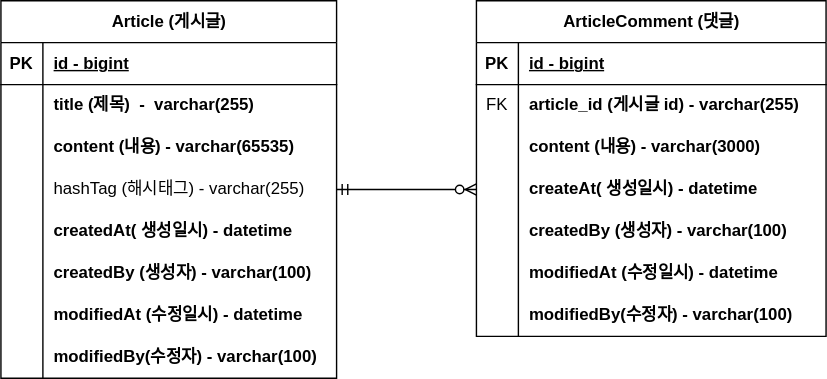
Jangsiwon98/project-board keeps this draw.io diagram as document/project-board-erd.svg. Above is the earlier version. Source tidied: cells renumbered, new cells last; positions are measured from the earlier drawing's top-left corner, leaving out a move shared by most shapes.
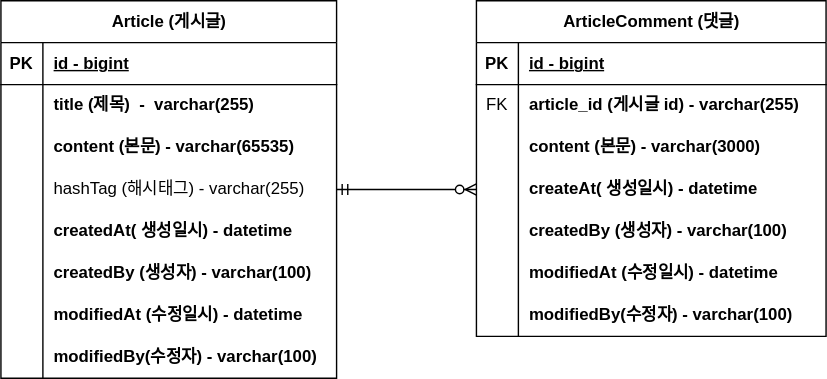
Above is the later version.

Commit message:
#8 ERD 주석 업데이트 project-board-erd.svg 업데이트

Change to the diagram source:
```diff
@@ -29,7 +29,7 @@
     <mxCell id="10" style="shape=partialRectangle;fillColor=none;top=0;left=0;bottom=0;right=0;overflow=hidden;whiteSpace=wrap;html=1;" parent="9" vertex="1">
       <mxGeometry width="30" height="30" as="geometry" />
     </mxCell>
-    <mxCell id="11" value="content (내용) - varchar(65535)" style="shape=partialRectangle;fillColor=none;top=0;left=0;bottom=0;right=0;align=left;spacingLeft=6;overflow=hidden;whiteSpace=wrap;html=1;fontStyle=1;" parent="9" vertex="1">
+    <mxCell id="11" value="content (본문) - varchar(65535)" style="shape=partialRectangle;fillColor=none;top=0;left=0;bottom=0;right=0;align=left;spacingLeft=6;overflow=hidden;whiteSpace=wrap;html=1;fontStyle=1;" parent="9" vertex="1">
       <mxGeometry x="30" width="210" height="30" as="geometry" />
     </mxCell>
     <mxCell id="12" style="shape=tableRow;horizontal=0;startSize=0;swimlaneHead=0;swimlaneBody=0;fillColor=none;points=[[0,0.5],[1,0.5]];portConstraint=eastwest;top=0;left=0;right=0;bottom=0;" parent="2" vertex="1">
@@ -104,7 +104,7 @@
     <mxCell id="35" style="shape=partialRectangle;fillColor=none;top=0;left=0;bottom=0;right=0;overflow=hidden;whiteSpace=wrap;html=1;" parent="34" vertex="1">
       <mxGeometry width="30" height="30" as="geometry" />
     </mxCell>
-    <mxCell id="36" value="content (내용) - varchar(3000)" style="shape=partialRectangle;fillColor=none;top=0;left=0;bottom=0;right=0;align=left;spacingLeft=6;overflow=hidden;whiteSpace=wrap;html=1;fontStyle=1;" parent="34" vertex="1">
+    <mxCell id="36" value="content (본문) - varchar(3000)" style="shape=partialRectangle;fillColor=none;top=0;left=0;bottom=0;right=0;align=left;spacingLeft=6;overflow=hidden;whiteSpace=wrap;html=1;fontStyle=1;" parent="34" vertex="1">
       <mxGeometry x="30" width="220" height="30" as="geometry" />
     </mxCell>
     <mxCell id="37" style="shape=tableRow;horizontal=0;startSize=0;swimlaneHead=0;swimlaneBody=0;fillColor=none;points=[[0,0.5],[1,0.5]];portConstraint=eastwest;top=0;left=0;right=0;bottom=0;" parent="27" vertex="1">
```
